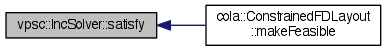
Before: documentation/classvpsc_1_1IncSolver_ae0514b075bdc0329bde9539d7132c343_icgraph.png, a diagram exported from Graphviz (mjwybrow/adaptagrams). Its source is kept beside it as documentation/classvpsc_1_1IncSolver_ae0514b075bdc0329bde9539d7132c343_icgraph.dot. Its diagram source:
```dot
digraph "vpsc::IncSolver::satisfy"
{
  edge [fontname="Helvetica",fontsize="10",labelfontname="Helvetica",labelfontsize="10"];
  node [fontname="Helvetica",fontsize="10",shape=record];
  rankdir="LR";
  Node1 [label="vpsc::IncSolver::satisfy",height=0.2,width=0.4,color="black", fillcolor="grey75", style="filled" fontcolor="black"];
  Node1 -> Node2 [dir="back",color="midnightblue",fontsize="10",style="solid",fontname="Helvetica"];
  Node2 [label="cola::ConstrainedFDLayout\l::makeFeasible",height=0.2,width=0.4,color="black", fillcolor="white", style="filled",URL="$classcola_1_1ConstrainedFDLayout.html#a66697e8a428b0d1ecd8d5e042ee7072f",tooltip="Finds a feasible starting position for nodes that satisfies the given constraints."];
}
```
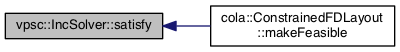
Later version of the same file.

Diff of the diagram source:
```diff
@@ -3,7 +3,7 @@
   edge [fontname="Helvetica",fontsize="10",labelfontname="Helvetica",labelfontsize="10"];
   node [fontname="Helvetica",fontsize="10",shape=record];
   rankdir="LR";
-  Node1 [label="vpsc::IncSolver::satisfy",height=0.2,width=0.4,color="black", fillcolor="grey75", style="filled" fontcolor="black"];
+  Node1 [label="vpsc::IncSolver::satisfy",height=0.2,width=0.4,color="black", fillcolor="grey75", style="filled", fontcolor="black"];
   Node1 -> Node2 [dir="back",color="midnightblue",fontsize="10",style="solid",fontname="Helvetica"];
-  Node2 [label="cola::ConstrainedFDLayout\l::makeFeasible",height=0.2,width=0.4,color="black", fillcolor="white", style="filled",URL="$classcola_1_1ConstrainedFDLayout.html#a66697e8a428b0d1ecd8d5e042ee7072f",tooltip="Finds a feasible starting position for nodes that satisfies the given constraints."];
+  Node2 [label="cola::ConstrainedFDLayout\l::makeFeasible",height=0.2,width=0.4,color="black", fillcolor="white", style="filled",URL="$classcola_1_1ConstrainedFDLayout.html#a66697e8a428b0d1ecd8d5e042ee7072f",tooltip="Finds a feasible starting position for nodes that satisfies the given constraints. "];
 }
```
